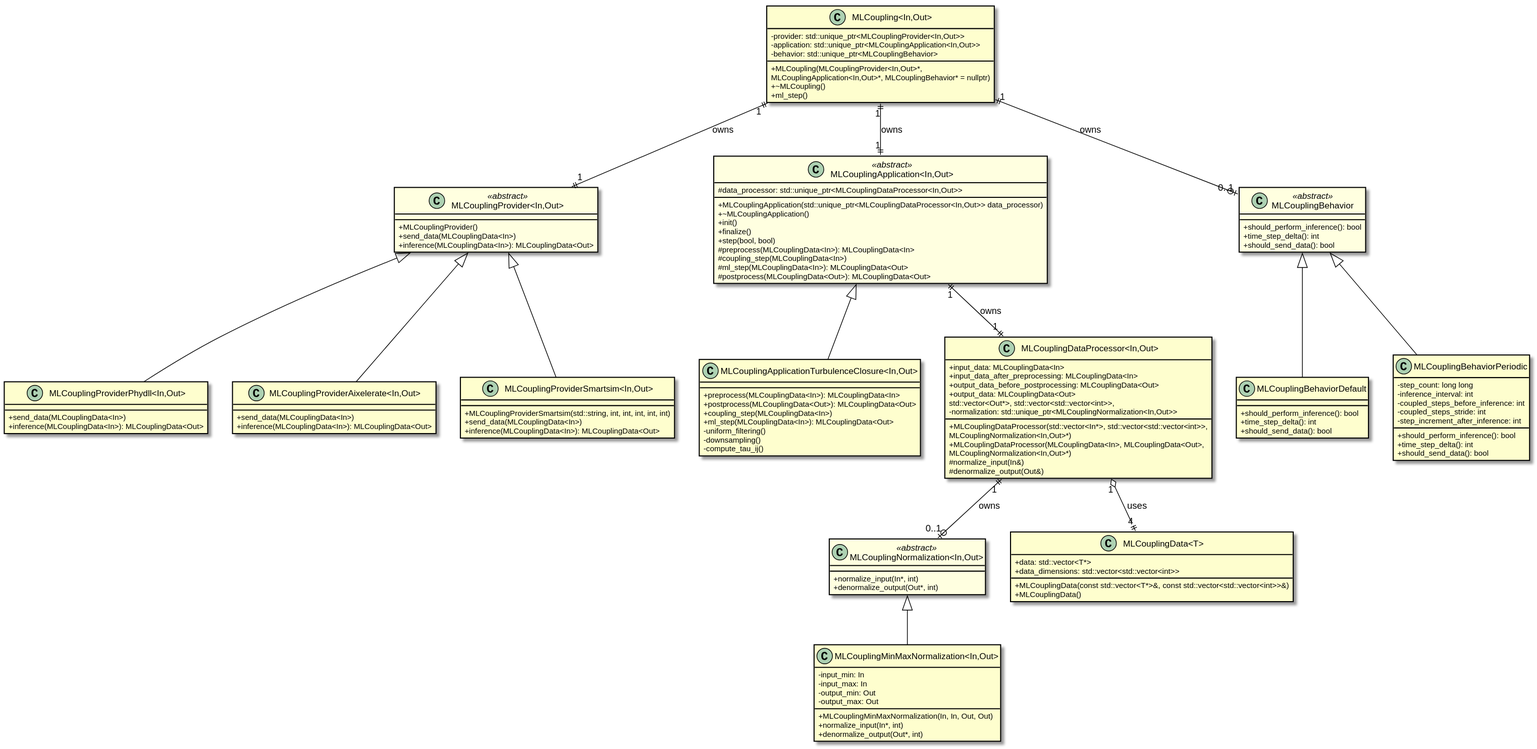
This is documentation/CPP_NEW_ML_Interface.svg from chrisb09/CPP-ML-Interface, a PlantUML export, as it was before one commit.
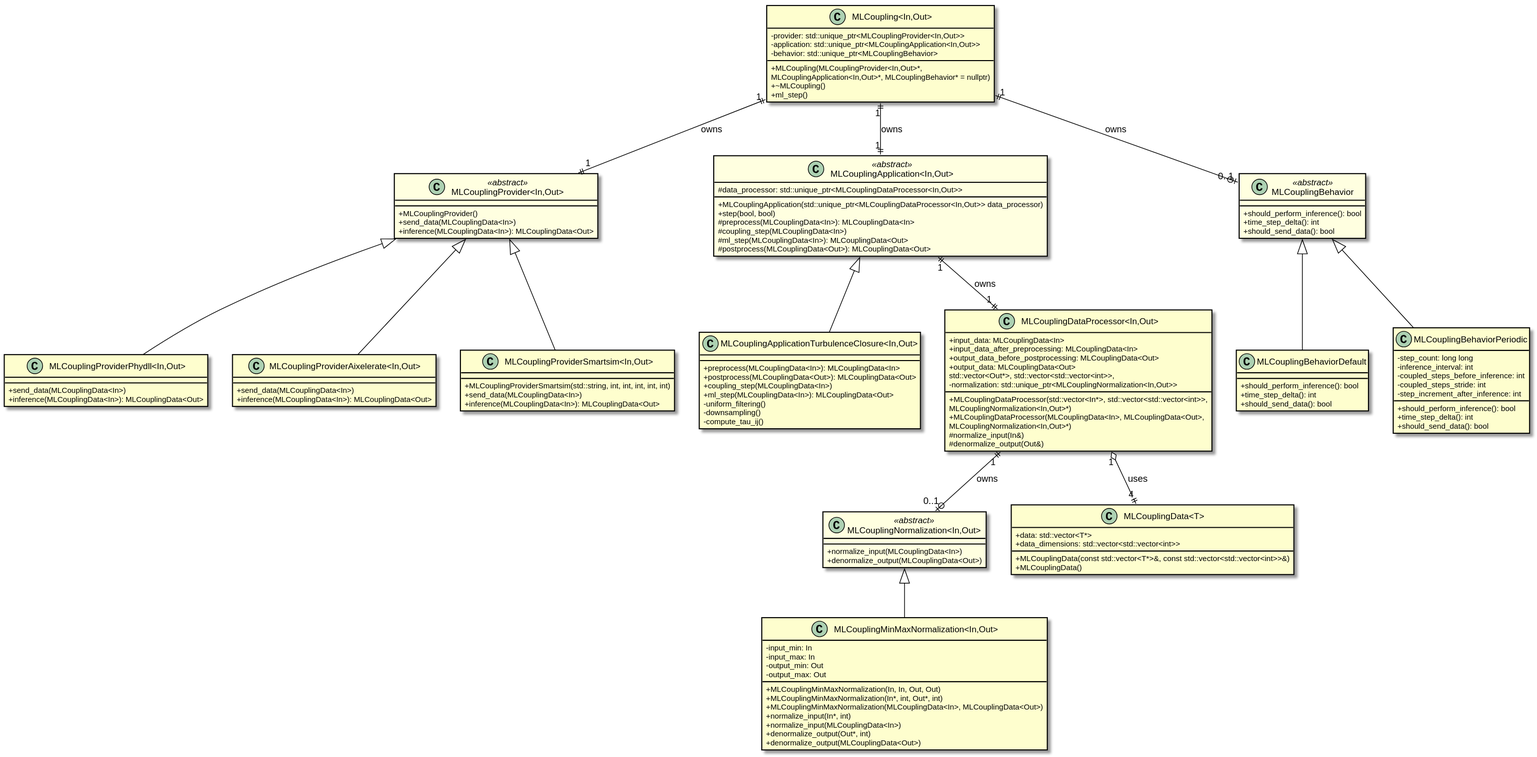
After the commit.

Commit message:
Refactor MLCouplingApplication and normalization classes

- Removed destructor and init/finalize methods from MLCouplingApplication.
- Updated normalize_input and denormalize_output methods to accept MLCouplingData types instead of raw pointers and integers.
- Added overloaded constructors for MLCouplingMinMaxNormalization to support MLCouplingData types.

Diff of the diagram source:
```diff
@@ -28,10 +28,7 @@
 
 class "MLCouplingApplication<In,Out>" <<abstract>> {
     + MLCouplingApplication(std::unique_ptr<MLCouplingDataProcessor<In,Out>> data_processor)
-    + ~MLCouplingApplication()
     # data_processor: std::unique_ptr<MLCouplingDataProcessor<In,Out>>
-    + init()
-    + finalize()
     + step(bool, bool)
     # preprocess(MLCouplingData<In>): MLCouplingData<In>
     # coupling_step(MLCouplingData<In>)
@@ -40,8 +37,8 @@
 }
 
 class "MLCouplingNormalization<In,Out>" <<abstract>> {
-    + normalize_input(In*, int)
-    + denormalize_output(Out*, int)
+    + normalize_input(MLCouplingData<In>)
+    + denormalize_output(MLCouplingData<Out>)
 }
 
 class "MLCouplingMinMaxNormalization<In,Out>" {
@@ -50,8 +47,12 @@
     - output_min: Out
     - output_max: Out
     + MLCouplingMinMaxNormalization(In, In, Out, Out)
+    + MLCouplingMinMaxNormalization(In*, int, Out*, int)
+    + MLCouplingMinMaxNormalization(MLCouplingData<In>, MLCouplingData<Out>)
     + normalize_input(In*, int)
+    + normalize_input(MLCouplingData<In>)
     + denormalize_output(Out*, int)
+    + denormalize_output(MLCouplingData<Out>)
 }
 
 class "MLCouplingApplicationTurbulenceClosure<In,Out>" {
```
